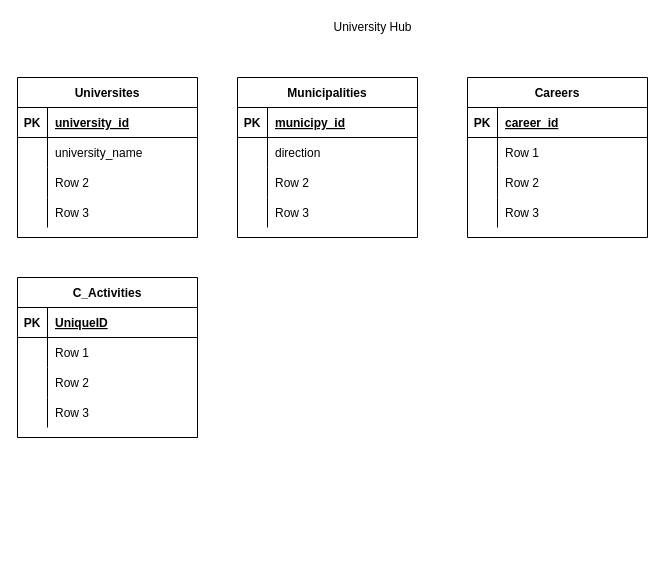
The draw.io diagram Untitled Diagram.drawio in University-Hub/Entity-Relationship-Model, before the edit. Source tidied: cells renumbered, new cells numbered last; positions are measured from the earlier drawing's top-left corner, leaving out a move shared by most shapes. Both pictures are drawn from the tidied source at 100%, with x=0, y=0 at pixel (17, 17).
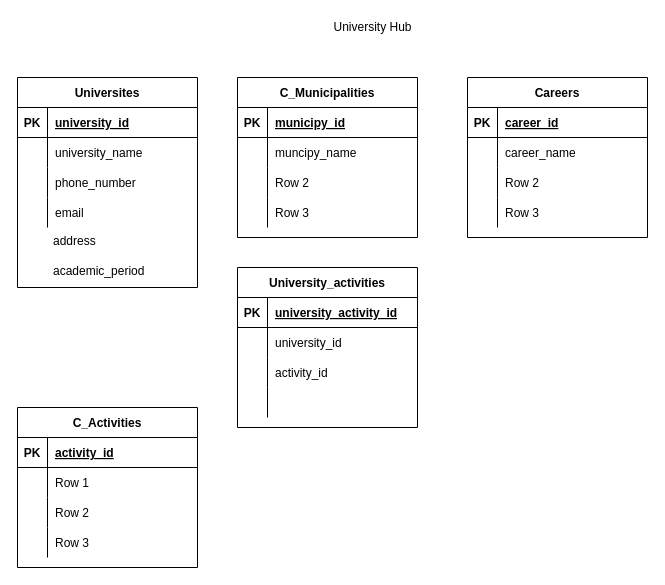
Above is the later version.

The change refers to these unchanged cells:
```xml
<mxCell id="10" style="shape=partialRectangle;fillColor=none;top=0;left=0;bottom=0;right=0;" parent="3" vertex="1">
  <mxGeometry y="90" width="180" height="30" as="geometry" />
</mxCell>
<mxCell id="13" style="shape=partialRectangle;fillColor=none;top=0;left=0;bottom=0;right=0;" parent="3" vertex="1">
  <mxGeometry y="120" width="180" height="30" as="geometry" />
</mxCell>
<mxCell id="20" style="shape=partialRectangle;fillColor=none;top=0;left=0;bottom=0;right=0;" parent="16" vertex="1">
  <mxGeometry y="60" width="180" height="30" as="geometry" />
</mxCell>
<mxCell id="33" style="shape=partialRectangle;fillColor=none;top=0;left=0;bottom=0;right=0;" parent="29" vertex="1">
  <mxGeometry y="60" width="180" height="30" as="geometry" />
</mxCell>
<mxCell id="43" style="shape=partialRectangle;fillColor=none;top=0;left=0;bottom=1;right=0;" parent="42" vertex="1">
  <mxGeometry y="30" width="180" height="30" as="geometry" />
</mxCell>
```

What changed in the source:
```diff
@@
     <mxCell id="3" value="Universites" style="shape=table;startSize=30;childLayout=tableLayout;rowLines=0;fontStyle=1;align=center;" parent="1" vertex="1">
-      <mxGeometry y="60" width="180" height="160" as="geometry" />
+      <mxGeometry y="60" width="180" height="210" as="geometry" />
     </mxCell>
@@
-    <mxCell id="12" value="Row 2" style="shape=partialRectangle;fillColor=none;top=0;left=0;bottom=0;right=0;align=left;spacingLeft=6;overflow=hidden;" parent="10" vertex="1">
+    <mxCell id="12" value="phone_number" style="shape=partialRectangle;fillColor=none;top=0;left=0;bottom=0;right=0;align=left;spacingLeft=6;overflow=hidden;" parent="10" vertex="1">
       <mxGeometry x="30" width="150" height="30" as="geometry" />
     </mxCell>
@@
-    <mxCell id="15" value="Row 3" style="shape=partialRectangle;fillColor=none;top=0;left=0;bottom=0;right=0;align=left;spacingLeft=6;overflow=hidden;" parent="13" vertex="1">
+    <mxCell id="15" value="email" style="shape=partialRectangle;fillColor=none;top=0;left=0;bottom=0;right=0;align=left;spacingLeft=6;overflow=hidden;" parent="13" vertex="1">
       <mxGeometry x="30" width="150" height="30" as="geometry" />
     </mxCell>
-    <mxCell id="16" value="Municipalities" style="shape=table;startSize=30;childLayout=tableLayout;rowLines=0;fontStyle=1;align=center;" parent="1" vertex="1">
+    <mxCell id="16" value="C_Municipalities" style="shape=table;startSize=30;childLayout=tableLayout;rowLines=0;fontStyle=1;align=center;" parent="1" vertex="1">
       <mxGeometry x="220" y="60" width="180" height="160" as="geometry" />
     </mxCell>
@@
-    <mxCell id="22" value="direction" style="shape=partialRectangle;fillColor=none;top=0;left=0;bottom=0;right=0;align=left;spacingLeft=6;overflow=hidden;" parent="20" vertex="1">
+    <mxCell id="22" value="muncipy_name" style="shape=partialRectangle;fillColor=none;top=0;left=0;bottom=0;right=0;align=left;spacingLeft=6;overflow=hidden;" parent="20" vertex="1">
       <mxGeometry x="30" width="150" height="30" as="geometry" />
     </mxCell>
@@
-    <mxCell id="35" value="Row 1" style="shape=partialRectangle;fillColor=none;top=0;left=0;bottom=0;right=0;align=left;spacingLeft=6;overflow=hidden;" parent="33" vertex="1">
+    <mxCell id="35" value="career_name" style="shape=partialRectangle;fillColor=none;top=0;left=0;bottom=0;right=0;align=left;spacingLeft=6;overflow=hidden;" parent="33" vertex="1">
       <mxGeometry x="30" width="150" height="30" as="geometry" />
     </mxCell>
@@
+    <mxCell id="55" value="address" style="text;strokeColor=none;fillColor=none;spacingLeft=4;spacingRight=4;overflow=hidden;fontSize=12;" parent="1" vertex="1">
+      <mxGeometry x="30" y="210" width="60" height="30" as="geometry" />
+    </mxCell>
     <mxCell id="42" value="C_Activities" style="shape=table;startSize=30;childLayout=tableLayout;rowLines=0;fontStyle=1;align=center;" parent="1" vertex="1">
-      <mxGeometry y="260" width="180" height="160" as="geometry" />
+      <mxGeometry y="390" width="180" height="160" as="geometry" />
     </mxCell>
@@
-    <mxCell id="45" value="UniqueID" style="shape=partialRectangle;fillColor=none;top=0;left=0;bottom=0;right=0;align=left;spacingLeft=6;fontStyle=5;overflow=hidden;" parent="43" vertex="1">
+    <mxCell id="45" value="activity_id" style="shape=partialRectangle;fillColor=none;top=0;left=0;bottom=0;right=0;align=left;spacingLeft=6;fontStyle=5;overflow=hidden;" parent="43" vertex="1">
       <mxGeometry x="30" width="150" height="30" as="geometry" />
     </mxCell>
@@
+    <mxCell id="56" value="academic_period" style="text;strokeColor=none;fillColor=none;spacingLeft=4;spacingRight=4;overflow=hidden;fontSize=12;" parent="1" vertex="1">
+      <mxGeometry x="30" y="240" width="150" height="20" as="geometry" />
+    </mxCell>
+    <mxCell id="57" value="University_activities" style="shape=table;startSize=30;childLayout=tableLayout;rowLines=0;fontStyle=1;align=center;" parent="1" vertex="1">
+      <mxGeometry x="220" y="250" width="180" height="160" as="geometry" />
+    </mxCell>
+    <mxCell id="58" style="shape=partialRectangle;fillColor=none;top=0;left=0;bottom=1;right=0;" parent="57" vertex="1">
+      <mxGeometry y="30" width="180" height="30" as="geometry" />
+    </mxCell>
+    <mxCell id="59" value="PK" style="shape=partialRectangle;fillColor=none;top=0;left=0;bottom=0;right=0;fontStyle=1;overflow=hidden;" parent="58" vertex="1">
+      <mxGeometry width="30" height="30" as="geometry" />
+    </mxCell>
+    <mxCell id="60" value="university_activity_id" style="shape=partialRectangle;fillColor=none;top=0;left=0;bottom=0;right=0;align=left;spacingLeft=6;fontStyle=5;overflow=hidden;" parent="58" vertex="1">
+      <mxGeometry x="30" width="150" height="30" as="geometry" />
+    </mxCell>
+    <mxCell id="61" style="shape=partialRectangle;fillColor=none;top=0;left=0;bottom=0;right=0;" parent="57" vertex="1">
+      <mxGeometry y="60" width="180" height="30" as="geometry" />
+    </mxCell>
+    <mxCell id="62" style="shape=partialRectangle;fillColor=none;top=0;left=0;bottom=0;right=0;overflow=hidden;" parent="61" vertex="1">
+      <mxGeometry width="30" height="30" as="geometry" />
+    </mxCell>
+    <mxCell id="63" value="university_id" style="shape=partialRectangle;fillColor=none;top=0;left=0;bottom=0;right=0;align=left;spacingLeft=6;overflow=hidden;" parent="61" vertex="1">
+      <mxGeometry x="30" width="150" height="30" as="geometry" />
+    </mxCell>
+    <mxCell id="64" style="shape=partialRectangle;fillColor=none;top=0;left=0;bottom=0;right=0;" parent="57" vertex="1">
+      <mxGeometry y="90" width="180" height="30" as="geometry" />
+    </mxCell>
+    <mxCell id="65" style="shape=partialRectangle;fillColor=none;top=0;left=0;bottom=0;right=0;overflow=hidden;" parent="64" vertex="1">
+      <mxGeometry width="30" height="30" as="geometry" />
+    </mxCell>
+    <mxCell id="66" value="activity_id" style="shape=partialRectangle;fillColor=none;top=0;left=0;bottom=0;right=0;align=left;spacingLeft=6;overflow=hidden;" parent="64" vertex="1">
+      <mxGeometry x="30" width="150" height="30" as="geometry" />
+    </mxCell>
+    <mxCell id="67" style="shape=partialRectangle;fillColor=none;top=0;left=0;bottom=0;right=0;" parent="57" vertex="1">
+      <mxGeometry y="120" width="180" height="30" as="geometry" />
+    </mxCell>
+    <mxCell id="68" style="shape=partialRectangle;fillColor=none;top=0;left=0;bottom=0;right=0;overflow=hidden;" parent="67" vertex="1">
+      <mxGeometry width="30" height="30" as="geometry" />
+    </mxCell>
+    <mxCell id="69" style="shape=partialRectangle;fillColor=none;top=0;left=0;bottom=0;right=0;align=left;spacingLeft=6;overflow=hidden;" parent="67" vertex="1">
+      <mxGeometry x="30" width="150" height="30" as="geometry" />
+    </mxCell>
```
